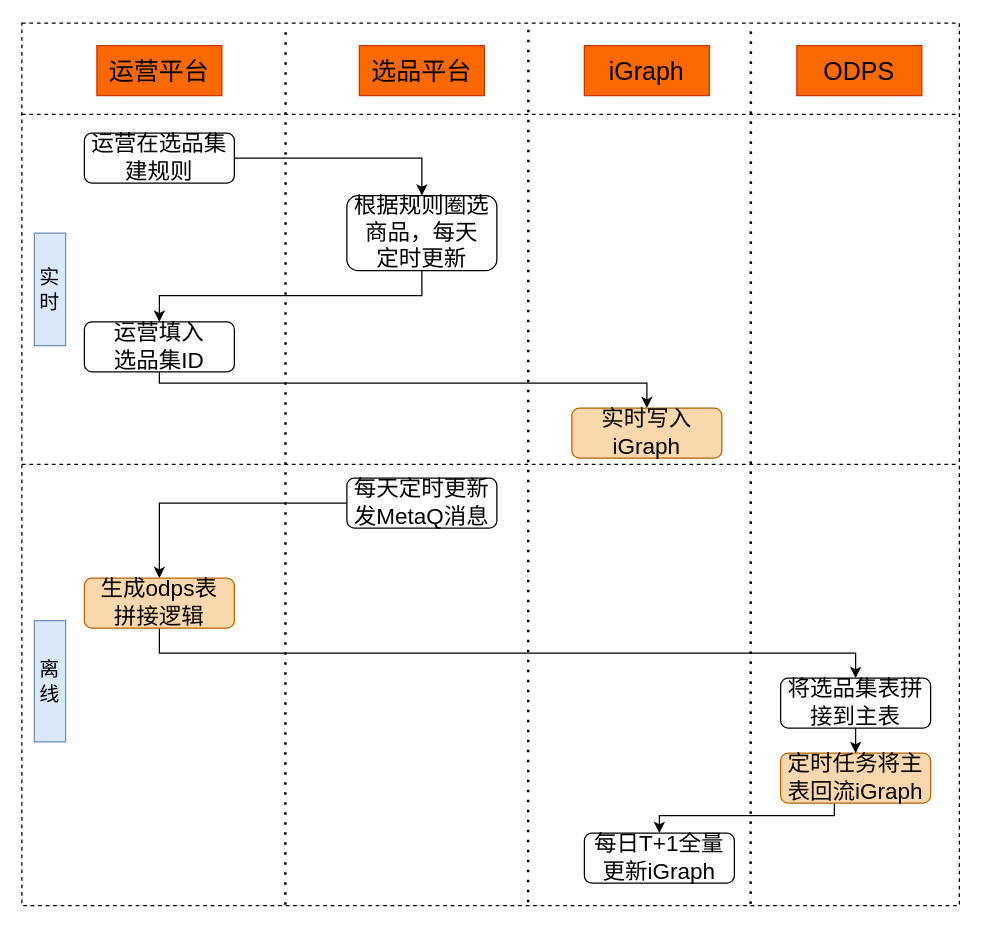
ElioCode/gitxuexi keeps this draw.io diagram as 3.drawio. Above is the earlier version. Source tidied: cells renumbered, new cells numbered last; positions are measured from the earlier drawing's top-left corner, leaving out a move shared by most shapes. Both pictures are drawn from the tidied source at 125%, with x=0, y=0 at pixel (21, 22).
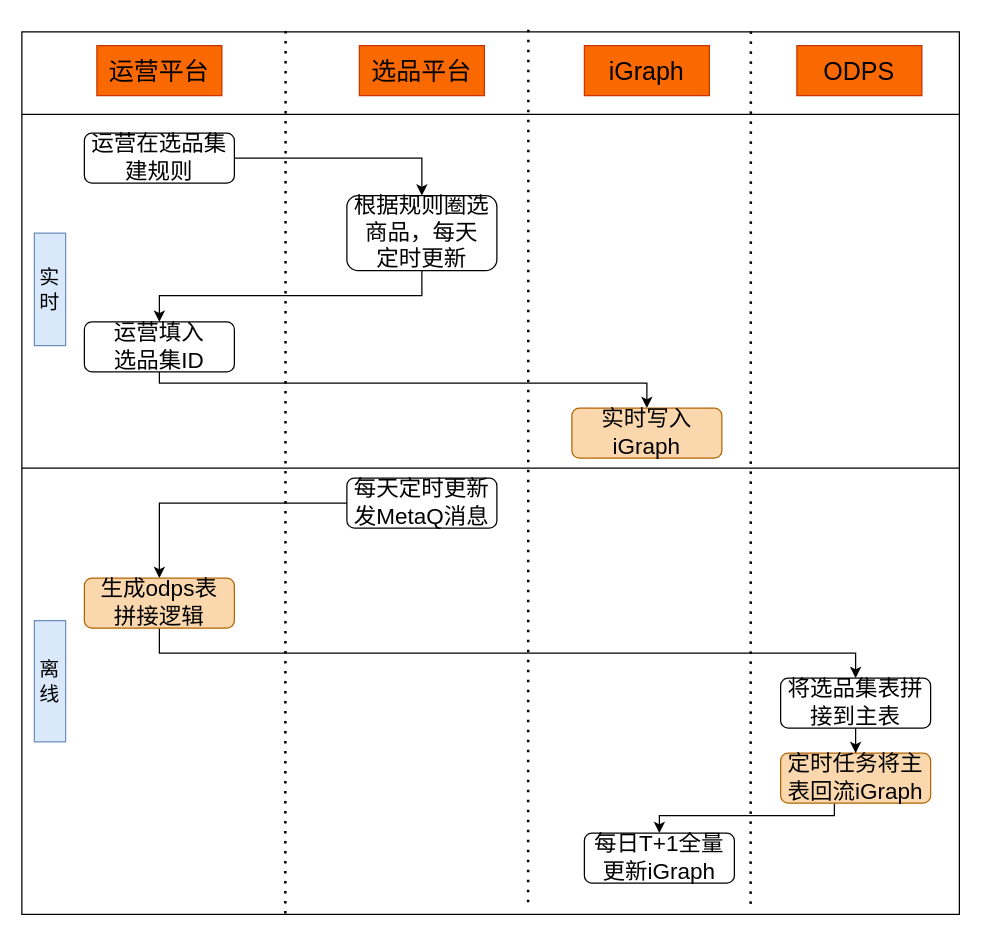
The same diagram, later.

Diff of the diagram source:
```diff
@@
-    <mxCell id="22" style="rounded=0;whiteSpace=wrap;html=1;fillColor=none;dashed=1;" parent="1" vertex="1">
-      <mxGeometry width="750" height="706" as="geometry" />
+    <mxCell id="22" style="rounded=0;whiteSpace=wrap;html=1;fillColor=none;" parent="1" vertex="1">
+      <mxGeometry y="7" width="750" height="706" as="geometry" />
     </mxCell>
-    <mxCell id="23" style="line;strokeWidth=1;html=1;dashed=1;fillColor=none;" parent="1" vertex="1">
-      <mxGeometry y="348" width="750" height="10" as="geometry" />
+    <mxCell id="23" style="line;strokeWidth=1;html=1;fillColor=none;" parent="1" vertex="1">
+      <mxGeometry y="351" width="750" height="10" as="geometry" />
     </mxCell>
@@
-    <mxCell id="27" style="line;strokeWidth=1;html=1;dashed=1;fillColor=none;" parent="1" vertex="1">
+    <mxCell id="27" style="line;strokeWidth=1;html=1;fillColor=none;" parent="1" vertex="1">
       <mxGeometry y="68" width="750" height="10" as="geometry" />
     </mxCell>
```
